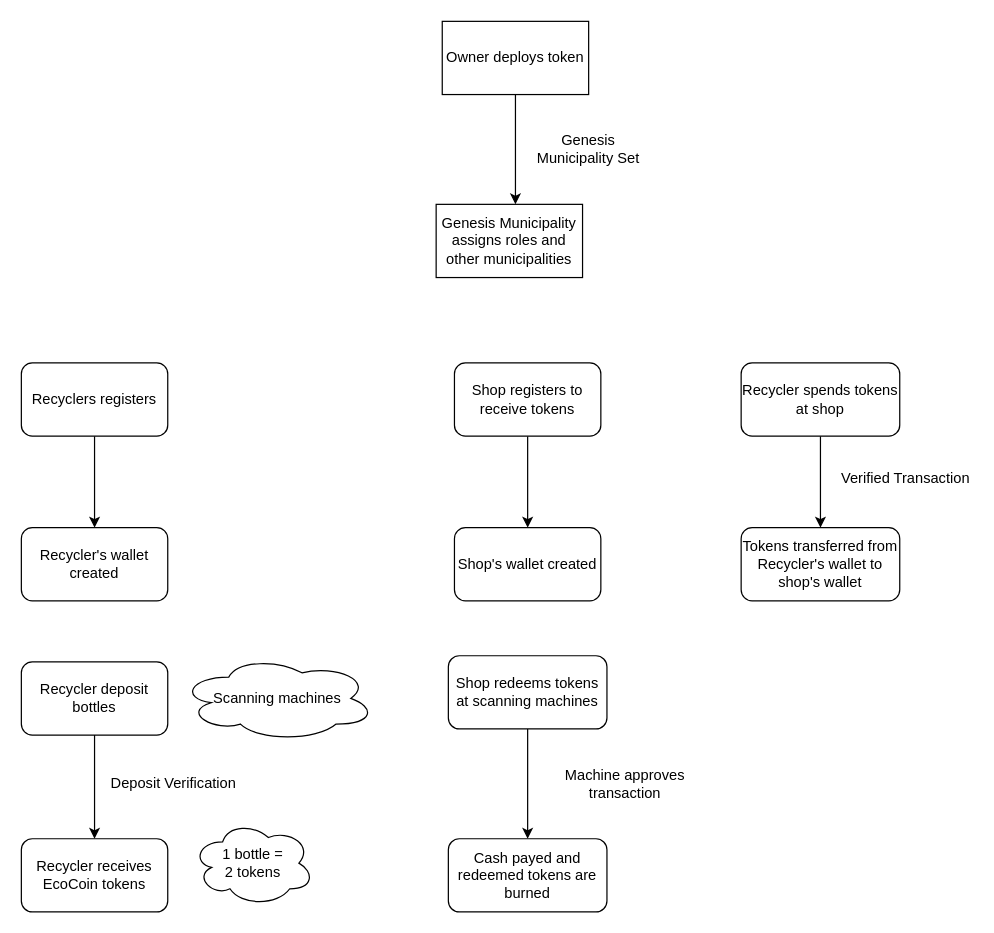
The draw.io diagram AppDiagramV2.drawio in ChefAharoni/EcoCoin, before the edit. Source tidied: cells renumbered, new cells numbered last; positions are measured from the earlier drawing's top-left corner, leaving out a move shared by most shapes. Both pictures are drawn from the tidied source at 122%, with x=0, y=0 at pixel (21, 21).
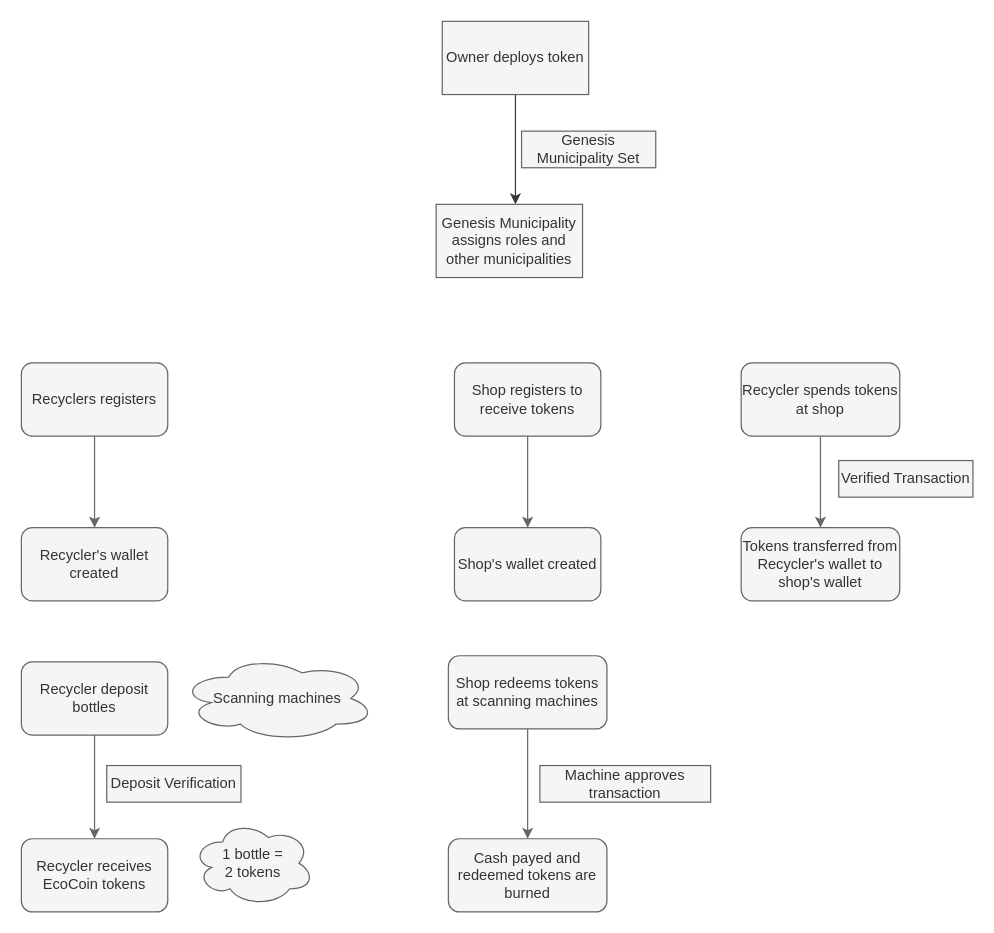
The same page after the edit.

Diff of the diagram source:
```diff
@@
-    <mxCell id="2" style="edgeStyle=orthogonalEdgeStyle;rounded=0;jettySize=auto;html=1;" parent="1" edge="1" source="3" target="4">
+    <mxCell id="2" style="edgeStyle=orthogonalEdgeStyle;rounded=0;jettySize=auto;html=1;fillColor=#f5f5f5;strokeColor=#666666;" parent="1" edge="1" source="3" target="4">
       <mxGeometry relative="1" as="geometry" />
     </mxCell>
-    <mxCell id="3" value="Recycler deposit bottles" style="rounded=1;whiteSpace=wrap;html=1;" parent="1" vertex="1">
+    <mxCell id="3" value="Recycler deposit bottles" style="rounded=1;whiteSpace=wrap;html=1;fillColor=#f5f5f5;fontColor=#333333;strokeColor=#666666;" parent="1" vertex="1">
       <mxGeometry y="525" width="120" height="60" as="geometry" />
     </mxCell>
-    <mxCell id="4" value="Recycler receives EcoCoin tokens" style="rounded=1;whiteSpace=wrap;html=1;" parent="1" vertex="1">
+    <mxCell id="4" value="Recycler receives EcoCoin tokens" style="rounded=1;whiteSpace=wrap;html=1;fillColor=#f5f5f5;fontColor=#333333;strokeColor=#666666;" parent="1" vertex="1">
       <mxGeometry y="670" width="120" height="60" as="geometry" />
     </mxCell>
-    <mxCell id="5" value="Scanning machines" style="ellipse;shape=cloud;whiteSpace=wrap;html=1;" parent="1" vertex="1">
+    <mxCell id="5" value="Scanning machines" style="ellipse;shape=cloud;whiteSpace=wrap;html=1;fillColor=#f5f5f5;fontColor=#333333;strokeColor=#666666;" parent="1" vertex="1">
       <mxGeometry x="130" y="520" width="160" height="70" as="geometry" />
     </mxCell>
-    <mxCell id="6" style="edgeStyle=none;html=1;entryX=0.5;entryY=0;entryDx=0;entryDy=0;" parent="1" edge="1" source="7" target="14">
+    <mxCell id="6" style="edgeStyle=none;html=1;entryX=0.5;entryY=0;entryDx=0;entryDy=0;fillColor=#f5f5f5;strokeColor=#666666;" parent="1" edge="1" source="7" target="14">
       <mxGeometry relative="1" as="geometry" />
     </mxCell>
-    <mxCell id="7" value="Recycler spends tokens at shop" style="rounded=1;whiteSpace=wrap;html=1;" parent="1" vertex="1">
+    <mxCell id="7" value="Recycler spends tokens at shop" style="rounded=1;whiteSpace=wrap;html=1;fillColor=#f5f5f5;fontColor=#333333;strokeColor=#666666;" parent="1" vertex="1">
       <mxGeometry x="590" y="280" width="130" height="60" as="geometry" />
     </mxCell>
-    <mxCell id="8" style="edgeStyle=none;html=1;entryX=0.5;entryY=0;entryDx=0;entryDy=0;" parent="1" edge="1" source="9" target="19">
+    <mxCell id="8" style="edgeStyle=none;html=1;entryX=0.5;entryY=0;entryDx=0;entryDy=0;fillColor=#f5f5f5;strokeColor=#666666;" parent="1" edge="1" source="9" target="19">
       <mxGeometry relative="1" as="geometry" />
     </mxCell>
-    <mxCell id="9" value="Shop registers to receive tokens" style="rounded=1;whiteSpace=wrap;html=1;" parent="1" vertex="1">
+    <mxCell id="9" value="Shop registers to receive tokens" style="rounded=1;whiteSpace=wrap;html=1;fillColor=#f5f5f5;fontColor=#333333;strokeColor=#666666;" parent="1" vertex="1">
       <mxGeometry x="355" y="280" width="120" height="60" as="geometry" />
     </mxCell>
-    <mxCell id="10" style="edgeStyle=none;html=1;" parent="1" edge="1" source="11">
+    <mxCell id="10" style="edgeStyle=none;html=1;fillColor=#f5f5f5;strokeColor=#666666;" parent="1" edge="1" source="11">
       <mxGeometry relative="1" as="geometry">
         <mxPoint x="415" y="670" as="targetPoint" />
       </mxGeometry>
     </mxCell>
-    <mxCell id="11" value="Shop redeems tokens at scanning machines" style="whiteSpace=wrap;html=1;rounded=1;" parent="1" vertex="1">
+    <mxCell id="11" value="Shop redeems tokens at scanning machines" style="whiteSpace=wrap;html=1;rounded=1;fillColor=#f5f5f5;fontColor=#333333;strokeColor=#666666;" parent="1" vertex="1">
       <mxGeometry x="350" y="520" width="130" height="60" as="geometry" />
     </mxCell>
-    <mxCell id="12" value="1 bottle = &lt;br&gt;2 tokens" style="ellipse;shape=cloud;whiteSpace=wrap;html=1;" parent="1" vertex="1">
+    <mxCell id="12" value="1 bottle = &lt;br&gt;2 tokens" style="ellipse;shape=cloud;whiteSpace=wrap;html=1;fillColor=#f5f5f5;fontColor=#333333;strokeColor=#666666;" parent="1" vertex="1">
       <mxGeometry x="140" y="655" width="100" height="70" as="geometry" />
     </mxCell>
-    <mxCell id="13" value="Deposit Verification" style="text;html=1;strokeColor=none;fillColor=none;align=center;verticalAlign=middle;whiteSpace=wrap;rounded=0;" parent="1" vertex="1">
+    <mxCell id="13" value="Deposit Verification" style="text;html=1;strokeColor=#666666;fillColor=#f5f5f5;align=center;verticalAlign=middle;whiteSpace=wrap;rounded=0;fontColor=#333333;" parent="1" vertex="1">
       <mxGeometry x="70" y="610" width="110" height="30" as="geometry" />
     </mxCell>
-    <mxCell id="14" value="Tokens transferred from Recycler's wallet to shop's wallet" style="whiteSpace=wrap;html=1;rounded=1;" parent="1" vertex="1">
+    <mxCell id="14" value="Tokens transferred from Recycler's wallet to shop's wallet" style="whiteSpace=wrap;html=1;rounded=1;fillColor=#f5f5f5;fontColor=#333333;strokeColor=#666666;" parent="1" vertex="1">
       <mxGeometry x="590" y="415" width="130" height="60" as="geometry" />
     </mxCell>
-    <mxCell id="15" value="Verified Transaction" style="text;html=1;strokeColor=none;fillColor=none;align=center;verticalAlign=middle;whiteSpace=wrap;rounded=0;" parent="1" vertex="1">
+    <mxCell id="15" value="Verified Transaction" style="text;html=1;strokeColor=#666666;fillColor=#f5f5f5;align=center;verticalAlign=middle;whiteSpace=wrap;rounded=0;fontColor=#333333;" parent="1" vertex="1">
       <mxGeometry x="670" y="360" width="110" height="30" as="geometry" />
     </mxCell>
-    <mxCell id="16" style="edgeStyle=none;html=1;" parent="1" edge="1" source="17" target="18">
+    <mxCell id="16" style="edgeStyle=none;html=1;fillColor=#f5f5f5;strokeColor=#666666;" parent="1" edge="1" source="17" target="18">
       <mxGeometry relative="1" as="geometry" />
     </mxCell>
-    <mxCell id="17" value="Recyclers registers" style="rounded=1;whiteSpace=wrap;html=1;" parent="1" vertex="1">
+    <mxCell id="17" value="Recyclers registers" style="rounded=1;whiteSpace=wrap;html=1;fillColor=#f5f5f5;fontColor=#333333;strokeColor=#666666;" parent="1" vertex="1">
       <mxGeometry y="280" width="120" height="60" as="geometry" />
     </mxCell>
-    <mxCell id="18" value="Recycler's wallet created" style="whiteSpace=wrap;html=1;rounded=1;" parent="1" vertex="1">
+    <mxCell id="18" value="Recycler's wallet created" style="whiteSpace=wrap;html=1;rounded=1;fillColor=#f5f5f5;fontColor=#333333;strokeColor=#666666;" parent="1" vertex="1">
       <mxGeometry y="415" width="120" height="60" as="geometry" />
     </mxCell>
-    <mxCell id="19" value="Shop's wallet created" style="whiteSpace=wrap;html=1;rounded=1;" parent="1" vertex="1">
+    <mxCell id="19" value="Shop's wallet created" style="whiteSpace=wrap;html=1;rounded=1;fillColor=#f5f5f5;fontColor=#333333;strokeColor=#666666;" parent="1" vertex="1">
       <mxGeometry x="355" y="415" width="120" height="60" as="geometry" />
     </mxCell>
-    <mxCell id="20" value="Machine approves transaction" style="text;html=1;strokeColor=none;fillColor=none;align=center;verticalAlign=middle;whiteSpace=wrap;rounded=0;" parent="1" vertex="1">
+    <mxCell id="20" value="Machine approves transaction" style="text;html=1;strokeColor=#666666;fillColor=#f5f5f5;align=center;verticalAlign=middle;whiteSpace=wrap;rounded=0;fontColor=#333333;" parent="1" vertex="1">
       <mxGeometry x="425" y="610" width="140" height="30" as="geometry" />
     </mxCell>
-    <mxCell id="21" value="Cash payed and redeemed tokens are burned" style="whiteSpace=wrap;html=1;rounded=1;" parent="1" vertex="1">
+    <mxCell id="21" value="Cash payed and redeemed tokens are burned" style="whiteSpace=wrap;html=1;rounded=1;fillColor=#f5f5f5;fontColor=#333333;strokeColor=#666666;" parent="1" vertex="1">
       <mxGeometry x="350" y="670" width="130" height="60" as="geometry" />
     </mxCell>
-    <mxCell id="22" style="edgeStyle=none;html=1;" parent="1" edge="1" source="23">
+    <mxCell id="22" style="edgeStyle=none;html=1;fillColor=#f9f7ed;strokeColor=#36393d;" parent="1" edge="1" source="23">
       <mxGeometry relative="1" as="geometry">
         <mxPoint x="405" y="150" as="targetPoint" />
       </mxGeometry>
     </mxCell>
-    <mxCell id="23" value="Owner deploys token" style="rounded=0;whiteSpace=wrap;html=1;" parent="1" vertex="1">
+    <mxCell id="23" value="Owner deploys token" style="rounded=0;whiteSpace=wrap;html=1;fillColor=#f5f5f5;fontColor=#333333;strokeColor=#666666;" parent="1" vertex="1">
       <mxGeometry x="345" width="120" height="60" as="geometry" />
     </mxCell>
-    <mxCell id="24" value="Genesis Municipality Set" style="text;html=1;strokeColor=none;fillColor=none;align=center;verticalAlign=middle;whiteSpace=wrap;rounded=0;" parent="1" vertex="1">
+    <mxCell id="24" value="Genesis Municipality Set" style="text;html=1;strokeColor=#666666;fillColor=#f5f5f5;align=center;verticalAlign=middle;whiteSpace=wrap;rounded=0;fontColor=#333333;" parent="1" vertex="1">
       <mxGeometry x="410" y="90" width="110" height="30" as="geometry" />
     </mxCell>
-    <mxCell id="25" value="Genesis Municipality assigns roles and other municipalities" style="rounded=0;whiteSpace=wrap;html=1;" parent="1" vertex="1">
+    <mxCell id="25" value="Genesis Municipality assigns roles and other municipalities" style="rounded=0;whiteSpace=wrap;html=1;fillColor=#f5f5f5;fontColor=#333333;strokeColor=#666666;" parent="1" vertex="1">
       <mxGeometry x="340" y="150" width="120" height="60" as="geometry" />
     </mxCell>
```
